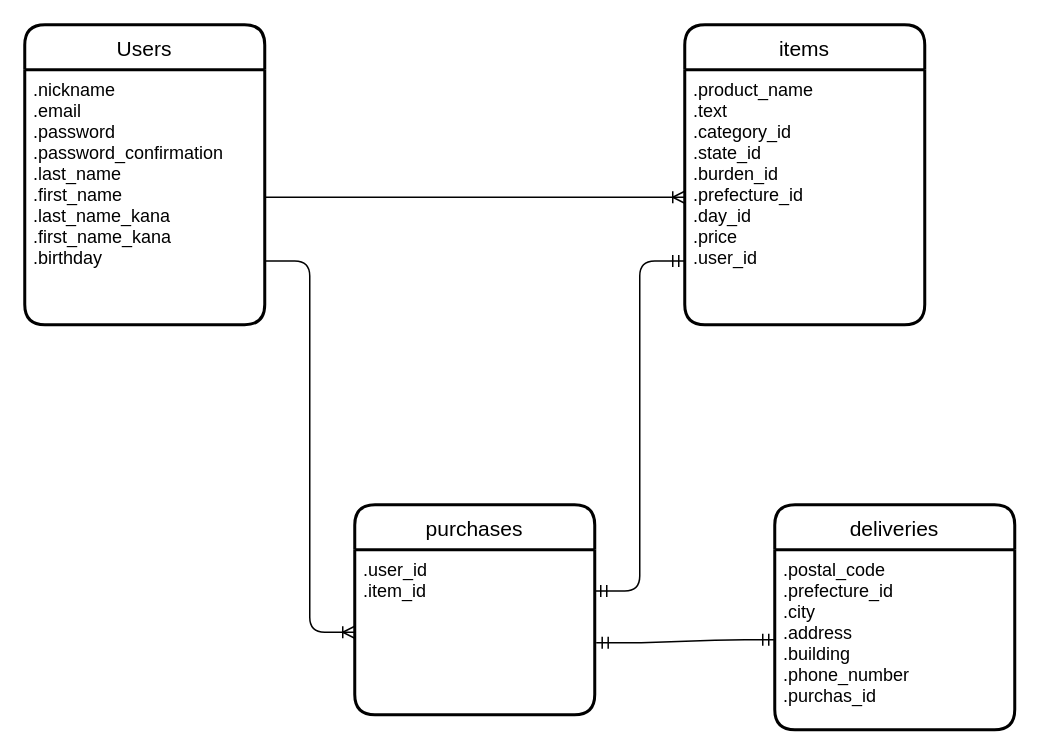
Above: furima-32267.dio in mitsu-yama86/furima-32267 (draw.io), before the change. Source tidied: cells renumbered, new cells numbered last; positions are measured from the earlier drawing's top-left corner, leaving out a move shared by most shapes. Both pictures are drawn from the tidied source at 150%, with x=0, y=0 at pixel (24, 24).
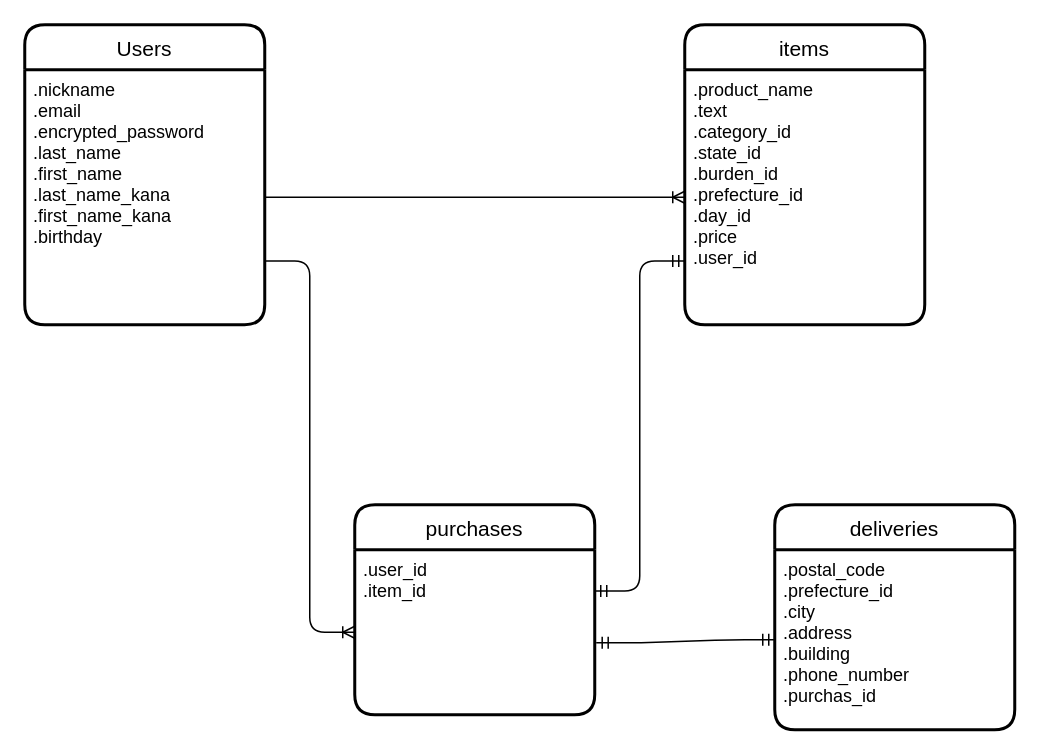
The same page after the edit.

Diff of the diagram source:
```diff
@@
 <mxGraphModel>
   <root>
     <mxCell id="0" />
     <mxCell id="1" parent="0" />
     <mxCell id="2" value="Users" style="swimlane;horizontal=1;startSize=30;rounded=1;fontSize=14;fontStyle=0;strokeWidth=2;shadow=0;dashed=0;align=center;" parent="1" vertex="1">
       <mxGeometry width="160" height="200" as="geometry" />
     </mxCell>
-    <mxCell id="3" value=".nickname&#10;.email&#10;.password&#10;.password_confirmation&#10;.last_name&#10;.first_name&#10;.last_name_kana&#10;.first_name_kana&#10;.birthday" style="align=left;strokeColor=none;fillColor=none;spacingLeft=4;fontSize=12;verticalAlign=top;" parent="2" vertex="1">
+    <mxCell id="3" value=".nickname&#10;.email&#10;.encrypted_password&#10;.last_name&#10;.first_name&#10;.last_name_kana&#10;.first_name_kana&#10;.birthday" style="align=left;strokeColor=none;fillColor=none;spacingLeft=4;fontSize=12;verticalAlign=top;" parent="2" vertex="1">
       <mxGeometry y="30" width="160" height="170" as="geometry" />
     </mxCell>
     <mxCell id="4" value="items" style="swimlane;horizontal=1;startSize=30;rounded=1;fontSize=14;fontStyle=0;strokeWidth=2;shadow=0;dashed=0;align=center;" parent="1" vertex="1">
       <mxGeometry x="440" width="160" height="200" as="geometry" />
     </mxCell>
     <mxCell id="5" value=".product_name&#10;.text&#10;.category_id&#10;.state_id&#10;.burden_id&#10;.prefecture_id&#10;.day_id&#10;.price&#10;.user_id" style="align=left;strokeColor=none;fillColor=none;spacingLeft=4;fontSize=12;verticalAlign=top;" parent="4" vertex="1">
       <mxGeometry y="30" width="160" height="170" as="geometry" />
     </mxCell>
     <mxCell id="6" value="purchases" style="swimlane;horizontal=1;startSize=30;rounded=1;fontSize=14;fontStyle=0;strokeWidth=2;shadow=0;dashed=0;align=center;" parent="1" vertex="1">
       <mxGeometry x="220" y="320" width="160" height="140" as="geometry" />
     </mxCell>
     <mxCell id="7" value=".user_id&#10;.item_id" style="align=left;strokeColor=none;fillColor=none;spacingLeft=4;fontSize=12;verticalAlign=top;" parent="6" vertex="1">
       <mxGeometry y="30" width="160" height="110" as="geometry" />
     </mxCell>
     <mxCell id="8" value="deliveries" style="swimlane;horizontal=1;startSize=30;rounded=1;fontSize=14;fontStyle=0;strokeWidth=2;shadow=0;dashed=0;align=center;" parent="1" vertex="1">
       <mxGeometry x="500" y="320" width="160" height="150" as="geometry" />
     </mxCell>
     <mxCell id="9" value=".postal_code&#10;.prefecture_id&#10;.city&#10;.address&#10;.building&#10;.phone_number&#10;.purchas_id&#10;" style="align=left;strokeColor=none;fillColor=none;spacingLeft=4;fontSize=12;verticalAlign=top;" parent="8" vertex="1">
       <mxGeometry y="30" width="160" height="120" as="geometry" />
     </mxCell>
     <mxCell id="10" style="edgeStyle=entityRelationEdgeStyle;fontSize=12;html=1;endArrow=ERoneToMany;exitX=1;exitY=0.5;exitDx=0;exitDy=0;entryX=0;entryY=0.5;entryDx=0;entryDy=0;" parent="1" edge="1" source="3" target="5">
       <mxGeometry relative="1" as="geometry" />
     </mxCell>
     <mxCell id="11" style="edgeStyle=entityRelationEdgeStyle;fontSize=12;html=1;endArrow=ERoneToMany;exitX=1;exitY=0.75;exitDx=0;exitDy=0;entryX=0;entryY=0.5;entryDx=0;entryDy=0;" parent="1" edge="1" source="3" target="7">
       <mxGeometry relative="1" as="geometry" />
     </mxCell>
     <mxCell id="12" style="edgeStyle=entityRelationEdgeStyle;fontSize=12;html=1;endArrow=ERmandOne;startArrow=ERmandOne;exitX=1.006;exitY=0.564;exitDx=0;exitDy=0;entryX=0;entryY=0.5;entryDx=0;entryDy=0;exitPerimeter=0;" parent="1" edge="1" source="7" target="9">
       <mxGeometry relative="1" as="geometry" />
     </mxCell>
     <mxCell id="13" style="edgeStyle=entityRelationEdgeStyle;fontSize=12;html=1;endArrow=ERmandOne;startArrow=ERmandOne;entryX=0;entryY=0.75;entryDx=0;entryDy=0;exitX=1;exitY=0.25;exitDx=0;exitDy=0;" parent="1" edge="1" source="7" target="5">
       <mxGeometry relative="1" as="geometry" />
     </mxCell>
   </root>
 </mxGraphModel>
```
